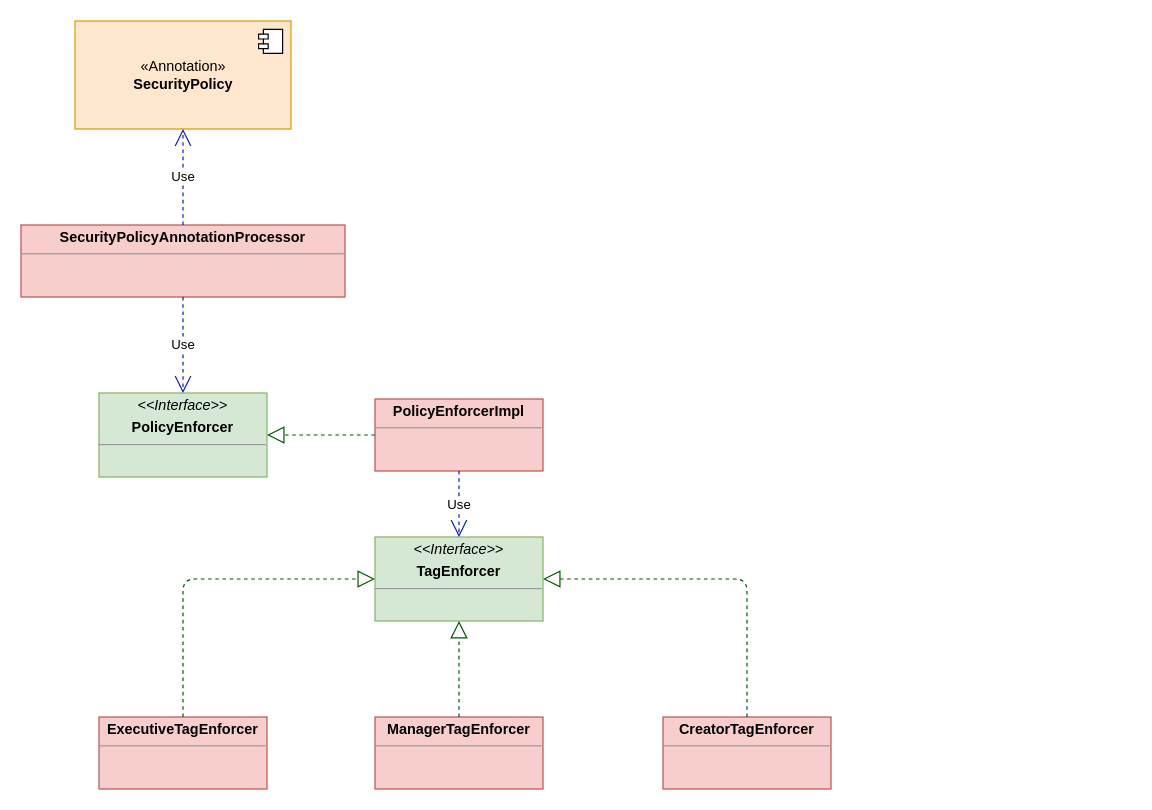
This is Authorization.drawio from ripplejb/document_manager, a draw.io file, before an edit. Source tidied: cells renumbered, new cells numbered last; positions are measured from the earlier drawing's top-left corner, leaving out a move shared by most shapes. Both pictures are drawn from the tidied source at 120%, with x=0, y=0 at pixel (20, 20).
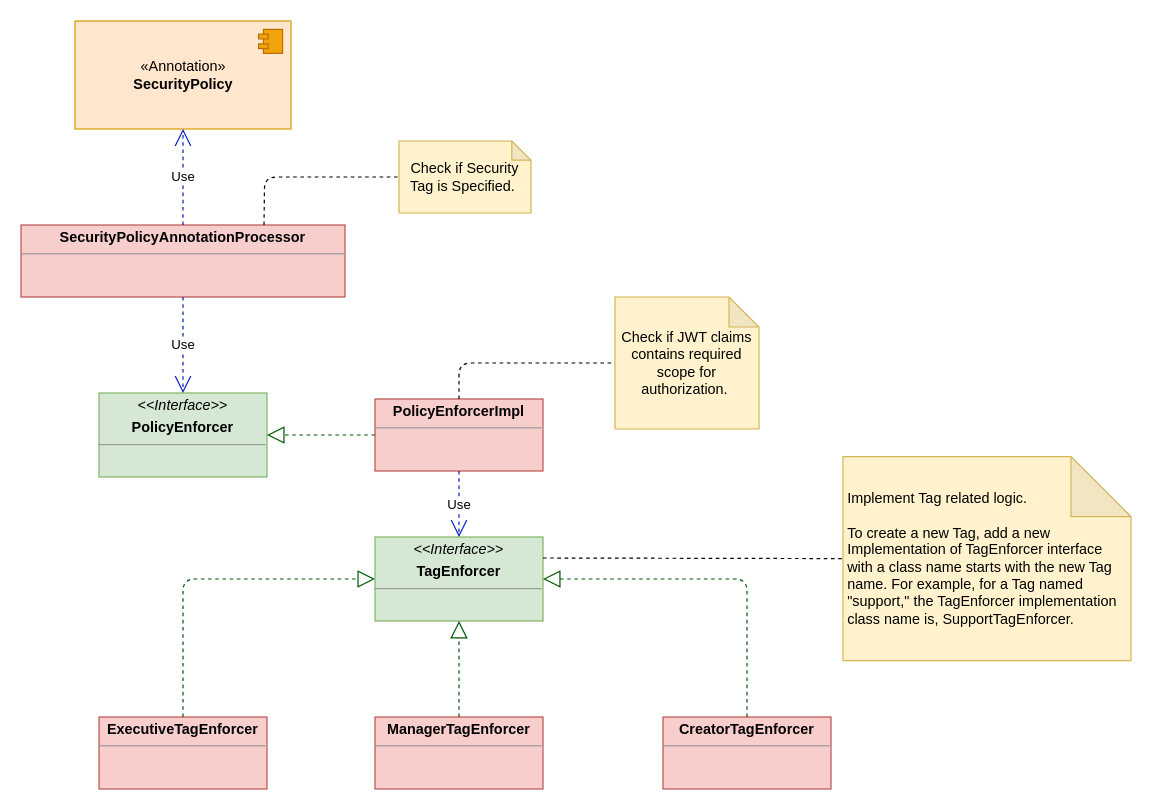
Above is the later version.

Commit message (it also covers changes not shown here):
Fixed UML Diagram

Unchanged cells that the change refers to:
```xml
<mxCell id="2" value="&lt;p style=&quot;margin: 0px ; margin-top: 4px ; text-align: center&quot;&gt;&lt;b&gt;SecurityPolicyAnnotationProcessor&lt;/b&gt;&lt;br&gt;&lt;/p&gt;&lt;hr size=&quot;1&quot;&gt;&lt;div style=&quot;height: 2px&quot;&gt;&lt;/div&gt;" style="verticalAlign=top;align=left;overflow=fill;fontSize=12;fontFamily=Helvetica;html=1;fillColor=#f8cecc;strokeColor=#b85450;" parent="1" vertex="1">
  <mxGeometry y="170" width="270" height="60" as="geometry" />
</mxCell>
<mxCell id="3" value="«Annotation»&lt;br&gt;&lt;b&gt;SecurityPolicy&lt;/b&gt;" style="html=1;fillColor=#ffe6cc;strokeColor=#d79b00;" parent="1" vertex="1">
  <mxGeometry x="45" width="180" height="90" as="geometry" />
</mxCell>
<mxCell id="7" value="&lt;p style=&quot;margin: 0px ; margin-top: 4px ; text-align: center&quot;&gt;&lt;b&gt;PolicyEnforcerImpl&lt;/b&gt;&lt;/p&gt;&lt;hr size=&quot;1&quot;&gt;&lt;div style=&quot;height: 2px&quot;&gt;&lt;/div&gt;" style="verticalAlign=top;align=left;overflow=fill;fontSize=12;fontFamily=Helvetica;html=1;fillColor=#f8cecc;strokeColor=#b85450;" parent="1" vertex="1">
  <mxGeometry x="295" y="315" width="140" height="60" as="geometry" />
</mxCell>
<mxCell id="9" value="&lt;p style=&quot;margin: 0px ; margin-top: 4px ; text-align: center&quot;&gt;&lt;i&gt;&amp;lt;&amp;lt;Interface&amp;gt;&amp;gt;&lt;/i&gt;&lt;/p&gt;&lt;p style=&quot;margin: 0px ; margin-top: 4px ; text-align: center&quot;&gt;&lt;b&gt;TagEnforcer&lt;/b&gt;&lt;/p&gt;&lt;hr size=&quot;1&quot;&gt;&lt;div style=&quot;height: 2px&quot;&gt;&lt;/div&gt;" style="verticalAlign=top;align=left;overflow=fill;fontSize=12;fontFamily=Helvetica;html=1;fillColor=#d5e8d4;strokeColor=#82b366;" parent="1" vertex="1">
  <mxGeometry x="295" y="430" width="140" height="70" as="geometry" />
</mxCell>
```

The edit, as a diff of the source:
```diff
@@
-    <mxCell id="4" style="shape=component;jettyWidth=8;jettyHeight=4;" parent="3" vertex="1">
+    <mxCell id="4" style="shape=component;jettyWidth=8;jettyHeight=4;fillColor=#f0a30a;strokeColor=#BD7000;fontColor=#ffffff;" parent="3" vertex="1">
       <mxGeometry x="1" width="20" height="20" relative="1" as="geometry">
         <mxPoint x="-27" y="7" as="offset" />
       </mxGeometry>
     </mxCell>
@@
+    <mxCell id="18" value="Check if Security Tag is Specified.&amp;nbsp;" style="shape=note;whiteSpace=wrap;html=1;backgroundOutline=1;darkOpacity=0.05;size=16;fillColor=#fff2cc;strokeColor=#d6b656;" parent="1" vertex="1">
+      <mxGeometry x="315" y="100" width="110" height="60" as="geometry" />
+    </mxCell>
+    <mxCell id="19" style="endArrow=none;dashed=1;html=1;exitX=0.75;exitY=0;exitDx=0;exitDy=0;entryX=0;entryY=0.5;entryDx=0;entryDy=0;entryPerimeter=0;" parent="1" edge="1" source="2" target="18">
+      <mxGeometry relative="1" as="geometry">
+        <Array as="points">
+          <mxPoint x="203" y="130" />
+        </Array>
+      </mxGeometry>
+    </mxCell>
+    <mxCell id="20" value="Check if JWT claims contains required scope for authorization.&amp;nbsp;" style="shape=note;whiteSpace=wrap;html=1;backgroundOutline=1;darkOpacity=0.05;size=25;fillColor=#fff2cc;strokeColor=#d6b656;" parent="1" vertex="1">
+      <mxGeometry x="495" y="230" width="120" height="110" as="geometry" />
+    </mxCell>
+    <mxCell id="21" style="endArrow=none;dashed=1;html=1;exitX=0.5;exitY=0;exitDx=0;exitDy=0;entryX=0;entryY=0.5;entryDx=0;entryDy=0;entryPerimeter=0;" parent="1" edge="1" source="7" target="20">
+      <mxGeometry relative="1" as="geometry">
+        <Array as="points">
+          <mxPoint x="365" y="285" />
+        </Array>
+      </mxGeometry>
+    </mxCell>
+    <mxCell id="22" value="&lt;div&gt;Implement Tag related logic.&lt;/div&gt;&lt;div&gt;&lt;br&gt;&lt;/div&gt;&lt;div&gt;To create a new Tag, add a new Implementation of TagEnforcer interface with a class name starts with the new Tag name. For example, for a Tag named &quot;support,&quot; the TagEnforcer implementation class name is, SupportTagEnforcer.&lt;/div&gt;" style="shape=note;whiteSpace=wrap;html=1;backgroundOutline=1;darkOpacity=0.05;size=50;fillColor=#fff2cc;strokeColor=#d6b656;perimeterSpacing=0;align=left;spacingLeft=2;" parent="1" vertex="1">
+      <mxGeometry x="685" y="363" width="240" height="170" as="geometry" />
+    </mxCell>
+    <mxCell id="23" style="endArrow=none;dashed=1;html=1;entryX=0;entryY=0.5;entryDx=0;entryDy=0;entryPerimeter=0;exitX=1;exitY=0.25;exitDx=0;exitDy=0;" parent="1" edge="1" source="9" target="22">
+      <mxGeometry relative="1" as="geometry" />
+    </mxCell>
```
